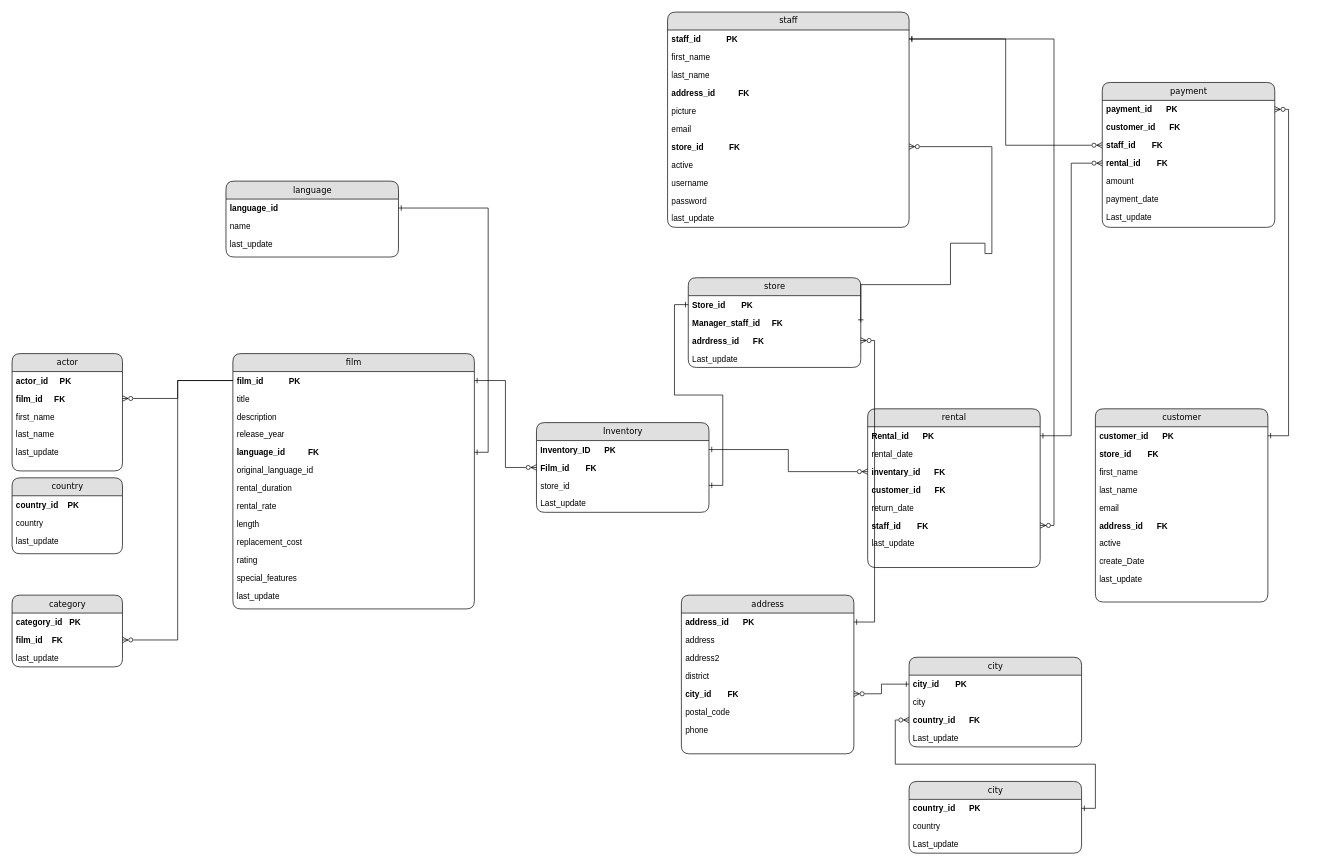
This is Lab_unit_3/Diagrama sin título.drawio from chicopolilla/Raul_Lab, a draw.io file, before an edit. Source tidied: cells renumbered, new cells numbered last; positions are measured from the earlier drawing's top-left corner, leaving out a move shared by most shapes. Both pictures are drawn from the tidied source at 69%, with x=0, y=0 at pixel (12, 12).
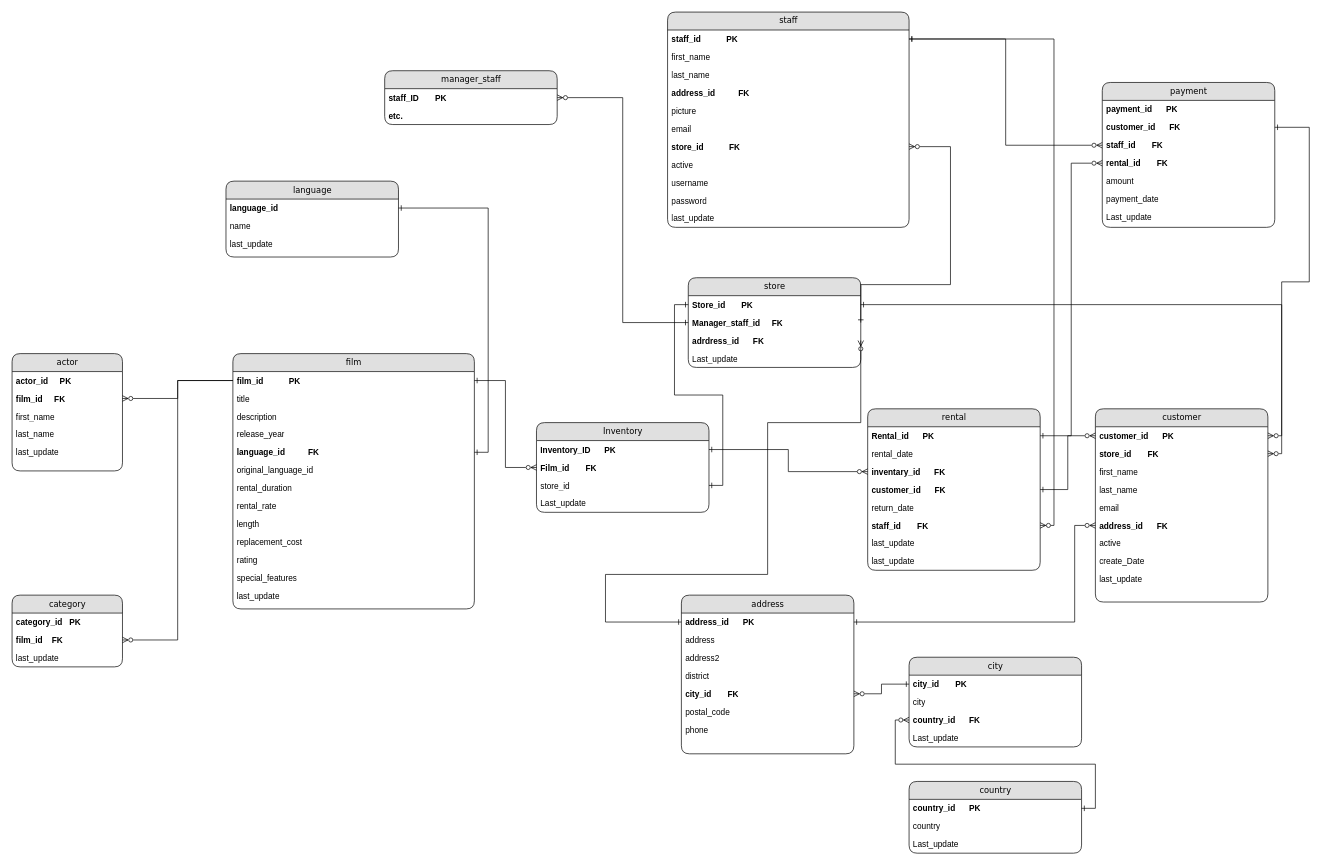
The same diagram, later.

The change refers to these unchanged cells:
```xml
<mxCell id="44" value="&lt;b&gt;Store_id&lt;span style=&quot;white-space: pre;&quot;&gt; &lt;/span&gt;&lt;span style=&quot;white-space: pre;&quot;&gt; &lt;/span&gt;&lt;span style=&quot;white-space: pre;&quot;&gt; &lt;/span&gt;&lt;span style=&quot;white-space: pre;&quot;&gt; &lt;/span&gt;&lt;span style=&quot;white-space: pre;&quot;&gt; &lt;/span&gt;&lt;span style=&quot;white-space: pre;&quot;&gt; &lt;/span&gt;&lt;span style=&quot;white-space: pre;&quot;&gt; &lt;/span&gt;PK&lt;/b&gt;" style="text;html=1;strokeColor=none;fillColor=none;spacingLeft=4;spacingRight=4;whiteSpace=wrap;overflow=hidden;points=[[0,0.5],[1,0.5]];portConstraint=eastwest;" parent="43" vertex="1">
  <mxGeometry y="26" width="250" height="26" as="geometry" />
</mxCell>
<mxCell id="45" value="Manager_staff_id&lt;span style=&quot;white-space: pre;&quot;&gt; &lt;/span&gt;&lt;span style=&quot;white-space: pre;&quot;&gt; &lt;/span&gt;&lt;span style=&quot;white-space: pre;&quot;&gt; &lt;/span&gt;&lt;span style=&quot;white-space: pre;&quot;&gt; &lt;/span&gt;&lt;span style=&quot;white-space: pre;&quot;&gt; &lt;/span&gt;FK" style="text;html=1;strokeColor=none;fillColor=none;spacingLeft=4;spacingRight=4;whiteSpace=wrap;overflow=hidden;points=[[0,0.5],[1,0.5]];portConstraint=eastwest;fontStyle=1;" parent="43" vertex="1">
  <mxGeometry y="52" width="250" height="26" as="geometry" />
</mxCell>
<mxCell id="46" value="adrdress_id&lt;span style=&quot;white-space: pre;&quot;&gt; &lt;/span&gt;&lt;span style=&quot;white-space: pre;&quot;&gt; &lt;/span&gt;&lt;span style=&quot;white-space: pre;&quot;&gt; &lt;/span&gt;&lt;span style=&quot;white-space: pre;&quot;&gt; &lt;/span&gt;&lt;span style=&quot;white-space: pre;&quot;&gt; &lt;/span&gt;&lt;span style=&quot;white-space: pre;&quot;&gt; &lt;/span&gt;FK" style="text;html=1;strokeColor=none;fillColor=none;spacingLeft=4;spacingRight=4;whiteSpace=wrap;overflow=hidden;points=[[0,0.5],[1,0.5]];portConstraint=eastwest;fontStyle=1;" parent="43" vertex="1">
  <mxGeometry y="78" width="250" height="26" as="geometry" />
</mxCell>
<mxCell id="56" value="store_id&lt;span style=&quot;white-space: pre;&quot;&gt; &lt;/span&gt;&lt;span style=&quot;white-space: pre;&quot;&gt; &lt;/span&gt;&lt;span style=&quot;white-space: pre;&quot;&gt; &lt;/span&gt;&lt;span style=&quot;white-space: pre;&quot;&gt; &lt;/span&gt;&lt;span style=&quot;white-space: pre;&quot;&gt; &lt;/span&gt;&lt;span style=&quot;white-space: pre;&quot;&gt; &lt;/span&gt;&lt;span style=&quot;white-space: pre;&quot;&gt; &lt;/span&gt;&lt;span style=&quot;white-space: pre;&quot;&gt; &lt;/span&gt;&lt;span style=&quot;white-space: pre;&quot;&gt; &lt;/span&gt;&lt;span style=&quot;white-space: pre;&quot;&gt; &lt;/span&gt;&lt;span style=&quot;white-space: pre;&quot;&gt; &lt;/span&gt;FK" style="text;html=1;strokeColor=none;fillColor=none;spacingLeft=4;spacingRight=4;whiteSpace=wrap;overflow=hidden;points=[[0,0.5],[1,0.5]];portConstraint=eastwest;fontStyle=1;" parent="49" vertex="1">
  <mxGeometry y="182" width="350" height="26" as="geometry" />
</mxCell>
<mxCell id="66" value="customer_id&lt;span style=&quot;white-space: pre;&quot;&gt; &lt;/span&gt;&lt;span style=&quot;white-space: pre;&quot;&gt; &lt;/span&gt;&lt;span style=&quot;white-space: pre;&quot;&gt; &lt;/span&gt;&lt;span style=&quot;white-space: pre;&quot;&gt; &lt;/span&gt;&lt;span style=&quot;white-space: pre;&quot;&gt; &lt;/span&gt;&lt;span style=&quot;white-space: pre;&quot;&gt; &lt;/span&gt;FK" style="text;html=1;strokeColor=none;fillColor=none;spacingLeft=4;spacingRight=4;whiteSpace=wrap;overflow=hidden;points=[[0,0.5],[1,0.5]];portConstraint=eastwest;fontStyle=1;" parent="62" vertex="1">
  <mxGeometry y="104" width="250" height="26" as="geometry" />
</mxCell>
<mxCell id="73" value="&lt;b&gt;payment_id&lt;span style=&quot;white-space: pre;&quot;&gt; &lt;/span&gt;&lt;span style=&quot;white-space: pre;&quot;&gt; &lt;/span&gt;&lt;span style=&quot;white-space: pre;&quot;&gt; &lt;/span&gt;&lt;span style=&quot;white-space: pre;&quot;&gt; &lt;/span&gt;&lt;span style=&quot;white-space: pre;&quot;&gt; &lt;/span&gt;&lt;span style=&quot;white-space: pre;&quot;&gt; &lt;/span&gt;PK&lt;/b&gt;" style="text;html=1;strokeColor=none;fillColor=none;spacingLeft=4;spacingRight=4;whiteSpace=wrap;overflow=hidden;points=[[0,0.5],[1,0.5]];portConstraint=eastwest;" parent="72" vertex="1">
  <mxGeometry y="26" width="250" height="26" as="geometry" />
</mxCell>
<mxCell id="74" value="customer_id&lt;span style=&quot;white-space: pre;&quot;&gt; &lt;/span&gt;&lt;span style=&quot;white-space: pre;&quot;&gt; &lt;/span&gt;&lt;span style=&quot;white-space: pre;&quot;&gt; &lt;/span&gt;&lt;span style=&quot;white-space: pre;&quot;&gt; &lt;/span&gt;&lt;span style=&quot;white-space: pre;&quot;&gt; &lt;/span&gt;&lt;span style=&quot;white-space: pre;&quot;&gt; &lt;/span&gt;FK" style="text;html=1;strokeColor=none;fillColor=none;spacingLeft=4;spacingRight=4;whiteSpace=wrap;overflow=hidden;points=[[0,0.5],[1,0.5]];portConstraint=eastwest;fontStyle=1;" parent="72" vertex="1">
  <mxGeometry y="52" width="250" height="26" as="geometry" />
</mxCell>
<mxCell id="83" value="&lt;b&gt;customer_id&lt;span style=&quot;white-space: pre;&quot;&gt; &lt;/span&gt;&lt;span style=&quot;white-space: pre;&quot;&gt; &lt;/span&gt;&lt;span style=&quot;white-space: pre;&quot;&gt; &lt;/span&gt;&lt;span style=&quot;white-space: pre;&quot;&gt; &lt;/span&gt;&lt;span style=&quot;white-space: pre;&quot;&gt; &lt;/span&gt;&lt;span style=&quot;white-space: pre;&quot;&gt; &lt;/span&gt;PK&lt;/b&gt;" style="text;html=1;strokeColor=none;fillColor=none;spacingLeft=4;spacingRight=4;whiteSpace=wrap;overflow=hidden;points=[[0,0.5],[1,0.5]];portConstraint=eastwest;" parent="82" vertex="1">
  <mxGeometry y="26" width="250" height="26" as="geometry" />
</mxCell>
<mxCell id="84" value="store_id&lt;span style=&quot;white-space: pre;&quot;&gt; &lt;/span&gt;&lt;span style=&quot;white-space: pre;&quot;&gt; &lt;/span&gt;&lt;span style=&quot;white-space: pre;&quot;&gt; &lt;/span&gt;&lt;span style=&quot;white-space: pre;&quot;&gt; &lt;/span&gt;&lt;span style=&quot;white-space: pre;&quot;&gt; &lt;/span&gt;&lt;span style=&quot;white-space: pre;&quot;&gt; &lt;/span&gt;&lt;span style=&quot;white-space: pre;&quot;&gt; &lt;/span&gt;FK" style="text;html=1;strokeColor=none;fillColor=none;spacingLeft=4;spacingRight=4;whiteSpace=wrap;overflow=hidden;points=[[0,0.5],[1,0.5]];portConstraint=eastwest;fontStyle=1;" parent="82" vertex="1">
  <mxGeometry y="52" width="250" height="26" as="geometry" />
</mxCell>
<mxCell id="88" value="address_id&lt;span style=&quot;white-space: pre;&quot;&gt; &lt;/span&gt;&lt;span style=&quot;white-space: pre;&quot;&gt; &lt;/span&gt;&lt;span style=&quot;white-space: pre;&quot;&gt; &lt;/span&gt;&lt;span style=&quot;white-space: pre;&quot;&gt; &lt;/span&gt;&lt;span style=&quot;white-space: pre;&quot;&gt; &lt;/span&gt;&lt;span style=&quot;white-space: pre;&quot;&gt; &lt;/span&gt;FK" style="text;html=1;strokeColor=none;fillColor=none;spacingLeft=4;spacingRight=4;whiteSpace=wrap;overflow=hidden;points=[[0,0.5],[1,0.5]];portConstraint=eastwest;fontStyle=1;" parent="82" vertex="1">
  <mxGeometry y="156" width="250" height="26" as="geometry" />
</mxCell>
<mxCell id="94" value="&lt;b&gt;address_id&lt;span style=&quot;white-space: pre;&quot;&gt; &lt;/span&gt;&lt;span style=&quot;white-space: pre;&quot;&gt; &lt;/span&gt;&lt;span style=&quot;white-space: pre;&quot;&gt; &lt;/span&gt;&lt;span style=&quot;white-space: pre;&quot;&gt; &lt;/span&gt;&lt;span style=&quot;white-space: pre;&quot;&gt; &lt;/span&gt;&lt;span style=&quot;white-space: pre;&quot;&gt; &lt;/span&gt;PK&lt;/b&gt;" style="text;html=1;strokeColor=none;fillColor=none;spacingLeft=4;spacingRight=4;whiteSpace=wrap;overflow=hidden;points=[[0,0.5],[1,0.5]];portConstraint=eastwest;" parent="93" vertex="1">
  <mxGeometry y="26" width="250" height="26" as="geometry" />
</mxCell>
```

What changed in the source:
```diff
@@
-    <mxCell id="8" value="country" style="swimlane;html=1;fontStyle=0;horizontal=1;startSize=26;fillColor=#e0e0e0;swimlaneFillColor=#ffffff;align=center;rounded=1;shadow=0;comic=0;labelBackgroundColor=none;strokeWidth=1;fontFamily=Verdana;fontSize=12;" parent="1" vertex="1">
-      <mxGeometry y="675" width="160" height="110" as="geometry" />
-    </mxCell>
-    <mxCell id="9" value="&lt;b&gt;country_id&amp;nbsp;&lt;span style=&quot;white-space: pre;&quot;&gt; &lt;/span&gt;&lt;span style=&quot;white-space: pre;&quot;&gt; &lt;/span&gt;&lt;span style=&quot;white-space: pre;&quot;&gt; &lt;/span&gt;PK&lt;/b&gt;" style="text;html=1;strokeColor=none;fillColor=none;spacingLeft=4;spacingRight=4;whiteSpace=wrap;overflow=hidden;" parent="8" vertex="1">
-      <mxGeometry y="26" width="160" height="26" as="geometry" />
-    </mxCell>
-    <mxCell id="10" value="country" style="text;html=1;strokeColor=none;fillColor=none;spacingLeft=4;spacingRight=4;whiteSpace=wrap;overflow=hidden;" parent="8" vertex="1">
-      <mxGeometry y="52" width="160" height="26" as="geometry" />
-    </mxCell>
-    <mxCell id="11" value="last_update" style="text;html=1;strokeColor=none;fillColor=none;spacingLeft=4;spacingRight=4;whiteSpace=wrap;overflow=hidden;" parent="8" vertex="1">
-      <mxGeometry y="78" width="160" height="26" as="geometry" />
-    </mxCell>
@@
     <mxCell id="61" style="edgeStyle=orthogonalEdgeStyle;rounded=0;jettySize=auto;html=1;entryX=1;entryY=0.5;entryDx=0;entryDy=0;startArrow=ERone;startFill=0;endArrow=ERzeroToMany;endFill=0;exitX=1;exitY=0.5;exitDx=0;exitDy=0;" parent="1" edge="1" source="45" target="56">
       <mxGeometry relative="1" as="geometry">
         <Array as="points">
           <mxPoint x="1230" y="395" />
           <mxPoint x="1360" y="395" />
-          <mxPoint x="1360" y="335" />
-          <mxPoint x="1410" y="335" />
-          <mxPoint x="1410" y="350" />
-          <mxPoint x="1420" y="350" />
-          <mxPoint x="1420" y="195" />
+          <mxPoint x="1360" y="195" />
         </Array>
       </mxGeometry>
     </mxCell>
     <mxCell id="62" value="rental" style="swimlane;html=1;fontStyle=0;horizontal=1;startSize=26;fillColor=#e0e0e0;swimlaneFillColor=#ffffff;align=center;rounded=1;shadow=0;comic=0;labelBackgroundColor=none;strokeWidth=1;fontFamily=Verdana;fontSize=12;" parent="1" vertex="1">
-      <mxGeometry x="1240" y="575" width="250" height="230" as="geometry" />
+      <mxGeometry x="1240" y="575" width="250" height="234" as="geometry" />
     </mxCell>
@@
+    <mxCell id="11" value="last_update" style="text;html=1;strokeColor=none;fillColor=none;spacingLeft=4;spacingRight=4;whiteSpace=wrap;overflow=hidden;fontStyle=0;" parent="62" vertex="1">
+      <mxGeometry y="182" width="250" height="26" as="geometry" />
+    </mxCell>
     <mxCell id="69" value="last_update" style="text;html=1;strokeColor=none;fillColor=none;spacingLeft=4;spacingRight=4;whiteSpace=wrap;overflow=hidden;fontStyle=0;" parent="62" vertex="1">
-      <mxGeometry y="182" width="250" height="26" as="geometry" />
+      <mxGeometry y="208" width="250" height="26" as="geometry" />
     </mxCell>
@@
-    <mxCell id="92" style="edgeStyle=orthogonalEdgeStyle;rounded=0;jettySize=auto;html=1;entryX=1;entryY=0.5;entryDx=0;entryDy=0;startArrow=ERone;startFill=0;endArrow=ERzeroToMany;endFill=0;" parent="1" edge="1" source="83" target="73">
-      <mxGeometry relative="1" as="geometry" />
-    </mxCell>
@@
-    <mxCell id="101" style="edgeStyle=orthogonalEdgeStyle;rounded=0;jettySize=auto;html=1;entryX=1;entryY=0.5;entryDx=0;entryDy=0;startArrow=ERone;startFill=0;endArrow=ERzeroToMany;endFill=0;" parent="1" edge="1" source="94" target="46">
-      <mxGeometry relative="1" as="geometry" />
+    <mxCell id="101" style="edgeStyle=orthogonalEdgeStyle;rounded=0;jettySize=auto;html=1;entryX=1;entryY=0.5;entryDx=0;entryDy=0;startArrow=ERone;startFill=0;endArrow=ERzeroToMany;endFill=0;exitX=0;exitY=0.5;exitDx=0;exitDy=0;" parent="1" edge="1" source="94" target="46">
+      <mxGeometry relative="1" as="geometry">
+        <Array as="points">
+          <mxPoint x="860" y="884" />
+          <mxPoint x="860" y="815" />
+          <mxPoint x="1095" y="815" />
+          <mxPoint x="1095" y="595" />
+          <mxPoint x="1230" y="595" />
+        </Array>
+      </mxGeometry>
     </mxCell>
@@
-    <mxCell id="108" value="city" style="swimlane;html=1;fontStyle=0;horizontal=1;startSize=26;fillColor=#e0e0e0;swimlaneFillColor=#ffffff;align=center;rounded=1;shadow=0;comic=0;labelBackgroundColor=none;strokeWidth=1;fontFamily=Verdana;fontSize=12;" parent="1" vertex="1">
+    <mxCell id="108" value="country" style="swimlane;html=1;fontStyle=0;horizontal=1;startSize=26;fillColor=#e0e0e0;swimlaneFillColor=#ffffff;align=center;rounded=1;shadow=0;comic=0;labelBackgroundColor=none;strokeWidth=1;fontFamily=Verdana;fontSize=12;" parent="1" vertex="1">
       <mxGeometry x="1300" y="1115" width="250" height="104" as="geometry" />
     </mxCell>
@@
+    <mxCell id="113" style="edgeStyle=orthogonalEdgeStyle;rounded=0;jettySize=auto;html=1;entryX=0;entryY=0.5;entryDx=0;entryDy=0;startArrow=ERone;startFill=0;endArrow=ERzeroToMany;endFill=0;" parent="1" edge="1" source="94" target="88">
+      <mxGeometry relative="1" as="geometry">
+        <Array as="points">
+          <mxPoint x="1540" y="884" />
+          <mxPoint x="1540" y="744" />
+        </Array>
+      </mxGeometry>
+    </mxCell>
+    <mxCell id="114" style="edgeStyle=orthogonalEdgeStyle;rounded=0;jettySize=auto;html=1;entryX=1;entryY=0.5;entryDx=0;entryDy=0;startArrow=ERone;startFill=0;endArrow=ERzeroToMany;endFill=0;" parent="1" edge="1" source="74" target="83">
+      <mxGeometry relative="1" as="geometry">
+        <Array as="points">
+          <mxPoint x="1880" y="167" />
+          <mxPoint x="1880" y="391" />
+          <mxPoint x="1840" y="391" />
+          <mxPoint x="1840" y="614" />
+        </Array>
+      </mxGeometry>
+    </mxCell>
+    <mxCell id="115" style="edgeStyle=orthogonalEdgeStyle;rounded=0;jettySize=auto;html=1;entryX=1;entryY=0.5;entryDx=0;entryDy=0;startArrow=ERone;startFill=0;endArrow=ERzeroToMany;endFill=0;" parent="1" edge="1" source="44" target="84">
+      <mxGeometry relative="1" as="geometry" />
+    </mxCell>
+    <mxCell id="116" value="manager_staff" style="swimlane;html=1;fontStyle=0;horizontal=1;startSize=26;fillColor=#e0e0e0;swimlaneFillColor=#ffffff;align=center;rounded=1;shadow=0;comic=0;labelBackgroundColor=none;strokeWidth=1;fontFamily=Verdana;fontSize=12;" parent="1" vertex="1">
+      <mxGeometry x="540" y="85" width="250" height="78" as="geometry" />
+    </mxCell>
+    <mxCell id="117" value="&lt;b&gt;staff_ID&lt;span style=&quot;white-space: pre;&quot;&gt; &lt;/span&gt;&lt;span style=&quot;white-space: pre;&quot;&gt; &lt;span style=&quot;white-space: pre;&quot;&gt; &lt;/span&gt;&lt;/span&gt;&lt;span style=&quot;white-space: pre;&quot;&gt; &lt;/span&gt;&lt;span style=&quot;white-space: pre;&quot;&gt; &lt;/span&gt;&lt;span style=&quot;white-space: pre;&quot;&gt; &lt;/span&gt;&lt;span style=&quot;white-space: pre;&quot;&gt; &lt;/span&gt;PK&lt;/b&gt;" style="text;html=1;strokeColor=none;fillColor=none;spacingLeft=4;spacingRight=4;whiteSpace=wrap;overflow=hidden;points=[[0,0.5],[1,0.5]];portConstraint=eastwest;" parent="116" vertex="1">
+      <mxGeometry y="26" width="250" height="26" as="geometry" />
+    </mxCell>
+    <mxCell id="118" value="etc." style="text;html=1;strokeColor=none;fillColor=none;spacingLeft=4;spacingRight=4;whiteSpace=wrap;overflow=hidden;fontStyle=1;" parent="116" vertex="1">
+      <mxGeometry y="52" width="250" height="26" as="geometry" />
+    </mxCell>
+    <mxCell id="119" style="edgeStyle=orthogonalEdgeStyle;rounded=0;jettySize=auto;html=1;entryX=1;entryY=0.5;entryDx=0;entryDy=0;startArrow=ERone;startFill=0;endArrow=ERzeroToMany;endFill=0;" parent="1" edge="1" source="45" target="117">
+      <mxGeometry relative="1" as="geometry" />
+    </mxCell>
+    <mxCell id="120" style="edgeStyle=orthogonalEdgeStyle;rounded=0;jettySize=auto;html=1;entryX=0;entryY=0.5;entryDx=0;entryDy=0;startArrow=ERone;startFill=0;endArrow=ERzeroToMany;endFill=0;" parent="1" edge="1" source="66" target="83">
+      <mxGeometry relative="1" as="geometry" />
+    </mxCell>
```
